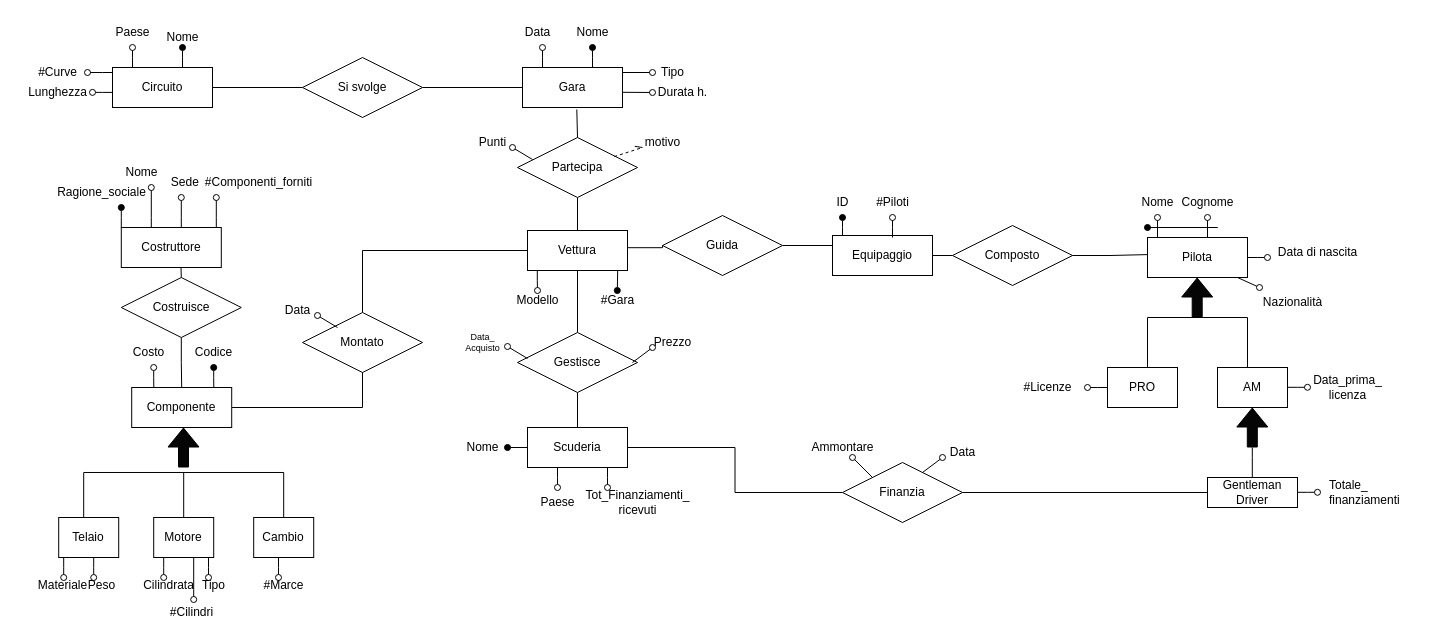
This is II_Anno/BD/Progetto/2023-2024/Peppe-Pasquale/Untitled_Diagram_1.drawio from GiuseppePastena23/UNISA, a draw.io file, before an edit. Source tidied: cells renumbered, new cells numbered last; positions are measured from the earlier drawing's top-left corner, leaving out a move shared by most shapes. Both pictures are drawn from the tidied source at 100%, with x=0, y=0 at pixel (17, 17).
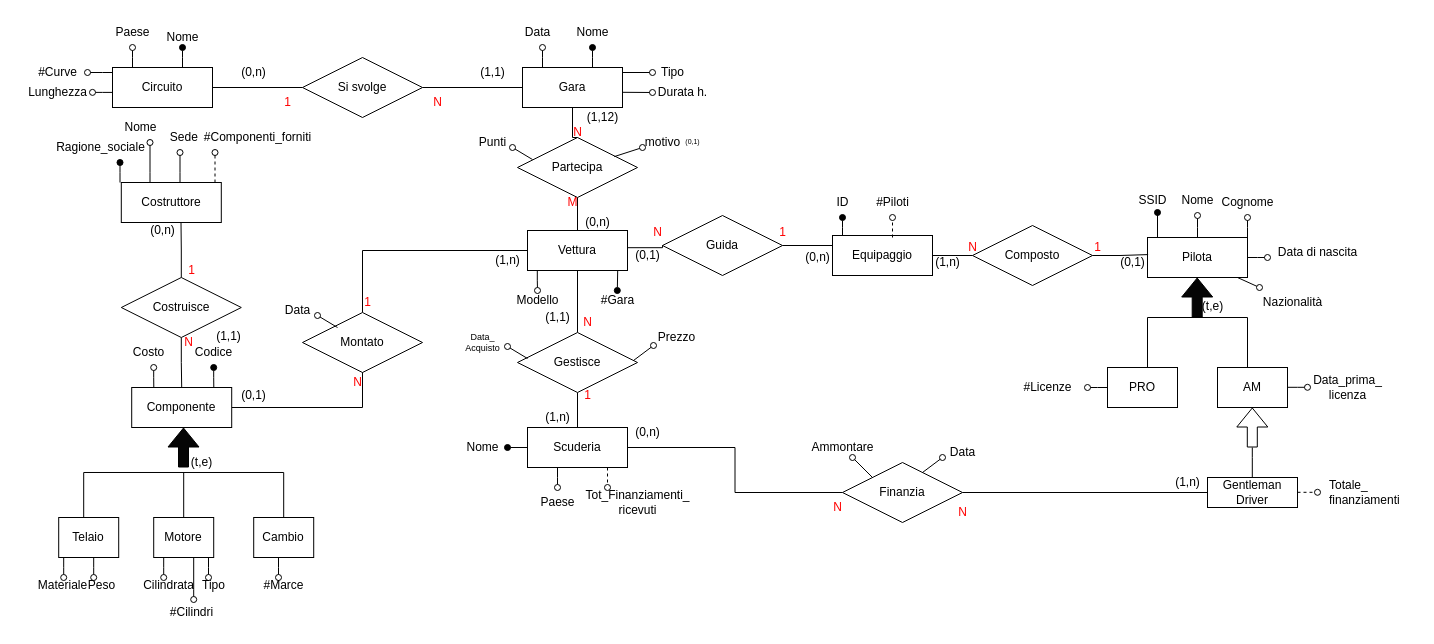
After the change.

The change refers to these unchanged cells:
```xml
<mxCell id="8" value="Pilota" style="html=1;align=center;fontStyle=0;labelBackgroundColor=none;fontColor=default;whiteSpace=wrap;labelBorderColor=none;verticalAlign=middle;horizontal=1;fontFamily=Helvetica;" parent="1" vertex="1">
  <mxGeometry x="1130" y="220" width="100" height="40" as="geometry" />
</mxCell>
<mxCell id="76" value="Gara" style="html=1;align=center;fontStyle=0;labelBackgroundColor=none;fontColor=default;whiteSpace=wrap;labelBorderColor=none;verticalAlign=middle;horizontal=1;fontFamily=Helvetica;" parent="1" vertex="1">
  <mxGeometry x="505" y="50" width="100" height="40" as="geometry" />
</mxCell>
<mxCell id="99" value="Partecipa" style="shape=rhombus;perimeter=rhombusPerimeter;whiteSpace=wrap;html=1;align=center;" parent="1" vertex="1">
  <mxGeometry x="500" y="120" width="120" height="60" as="geometry" />
</mxCell>
```

Change to the diagram source:
```diff
@@
-    <mxCell id="6" style="endArrow=oval;html=1;rounded=0;exitX=0.5;exitY=0;exitDx=0;exitDy=0;endFill=0;labelBackgroundColor=none;fontColor=default;" parent="1" edge="1">
+    <mxCell id="6" style="endArrow=oval;html=1;rounded=0;exitX=0.5;exitY=0;exitDx=0;exitDy=0;endFill=0;labelBackgroundColor=none;fontColor=default;dashed=1;" parent="1" edge="1">
       <mxGeometry relative="1" as="geometry">
         <mxPoint x="875" y="220" as="sourcePoint" />
         <mxPoint x="875" y="200" as="targetPoint" />
         <Array as="points">
           <mxPoint x="875" y="210" />
         </Array>
       </mxGeometry>
     </mxCell>
@@
-    <mxCell id="9" style="endArrow=oval;html=1;rounded=0;exitX=0.1;exitY=0;exitDx=0;exitDy=0;exitPerimeter=0;endFill=0;labelBackgroundColor=none;fontColor=default;" parent="1" edge="1" source="8" target="10">
+    <mxCell id="9" style="endArrow=oval;html=1;rounded=0;exitX=0.1;exitY=0;exitDx=0;exitDy=0;exitPerimeter=0;endFill=0;labelBackgroundColor=none;fontColor=default;" parent="1" edge="1" target="10">
       <mxGeometry relative="1" as="geometry">
+        <mxPoint x="1180" y="220" as="sourcePoint" />
         <Array as="points">
-          <mxPoint x="1140" y="210" />
+          <mxPoint x="1180" y="210" />
         </Array>
       </mxGeometry>
     </mxCell>
     <mxCell id="10" value="Nome" style="text;html=1;align=center;verticalAlign=middle;points=[];strokeColor=none;fillColor=none;labelBackgroundColor=none;" parent="1" vertex="1">
-      <mxGeometry x="1110" y="170" width="60" height="30" as="geometry" />
+      <mxGeometry x="1150" y="168" width="60" height="30" as="geometry" />
     </mxCell>
     <mxCell id="11" style="endArrow=oval;html=1;rounded=0;exitX=0.5;exitY=0;exitDx=0;exitDy=0;endFill=0;labelBackgroundColor=none;fontColor=default;" parent="1" edge="1">
       <mxGeometry relative="1" as="geometry">
-        <mxPoint x="1190" y="220" as="sourcePoint" />
-        <mxPoint x="1190" y="200" as="targetPoint" />
+        <mxPoint x="1230" y="220" as="sourcePoint" />
+        <mxPoint x="1230" y="200" as="targetPoint" />
         <Array as="points">
-          <mxPoint x="1190" y="210" />
+          <mxPoint x="1230" y="210" />
         </Array>
       </mxGeometry>
     </mxCell>
     <mxCell id="12" value="Cognome" style="text;html=1;align=center;verticalAlign=middle;strokeColor=none;fillColor=none;labelBackgroundColor=none;" parent="1" vertex="1">
-      <mxGeometry x="1150" y="170" width="80" height="30" as="geometry" />
+      <mxGeometry x="1190" y="170" width="80" height="30" as="geometry" />
     </mxCell>
     <mxCell id="13" style="endArrow=oval;html=1;rounded=0;endFill=1;" parent="1" edge="1">
       <mxGeometry relative="1" as="geometry">
-        <mxPoint x="1130" y="210" as="sourcePoint" />
-        <mxPoint x="1130" y="210" as="targetPoint" />
+        <mxPoint x="1140" y="195" as="sourcePoint" />
+        <mxPoint x="1140" y="195" as="targetPoint" />
         <Array as="points">
-          <mxPoint x="1200" y="210" />
+          <mxPoint x="1140" y="220" />
         </Array>
       </mxGeometry>
     </mxCell>
@@
-    <mxCell id="26" style="shape=flexArrow;endArrow=classic;html=1;rounded=0;fillColor=#050505;" parent="1" edge="1">
+    <mxCell id="26" style="shape=flexArrow;endArrow=classic;html=1;rounded=0;fillColor=none;strokeColor=default;" parent="1" edge="1">
       <mxGeometry relative="1" as="geometry">
         <mxPoint x="1234.8" y="430" as="sourcePoint" />
         <mxPoint x="1234.8" y="390" as="targetPoint" />
       </mxGeometry>
     </mxCell>
@@
-    <mxCell id="30" style="endArrow=oval;html=1;rounded=0;endFill=0;labelBackgroundColor=none;fontColor=default;exitX=1;exitY=0.5;exitDx=0;exitDy=0;entryX=0;entryY=0.664;entryDx=0;entryDy=0;entryPerimeter=0;" parent="1" edge="1">
+    <mxCell id="30" style="endArrow=oval;html=1;rounded=0;endFill=0;labelBackgroundColor=none;fontColor=default;exitX=1;exitY=0.5;exitDx=0;exitDy=0;entryX=0;entryY=0.664;entryDx=0;entryDy=0;entryPerimeter=0;dashed=1;" parent="1" edge="1">
       <mxGeometry relative="1" as="geometry">
         <mxPoint x="1280" y="474.8" as="sourcePoint" />
         <mxPoint x="1300" y="474.8" as="targetPoint" />
         <Array as="points">
           <mxPoint x="1290" y="474.8" />
           <mxPoint x="1300" y="474.8" />
         </Array>
       </mxGeometry>
     </mxCell>
@@
-    <mxCell id="37" style="endArrow=oval;html=1;rounded=0;endFill=0;labelBackgroundColor=none;fontColor=default;exitX=0.5;exitY=1;exitDx=0;exitDy=0;" parent="1" edge="1">
+    <mxCell id="37" style="endArrow=oval;html=1;rounded=0;endFill=0;labelBackgroundColor=none;fontColor=default;exitX=0.5;exitY=1;exitDx=0;exitDy=0;dashed=1;" parent="1" edge="1">
       <mxGeometry relative="1" as="geometry">
         <mxPoint x="590" y="450" as="sourcePoint" />
         <mxPoint x="590" y="470" as="targetPoint" />
         <Array as="points">
           <mxPoint x="590" y="460" />
           <mxPoint x="590" y="470" />
         </Array>
       </mxGeometry>
     </mxCell>
@@
     <mxCell id="49" value="Costruttore" style="html=1;align=center;fontStyle=0;labelBackgroundColor=none;fontColor=default;whiteSpace=wrap;labelBorderColor=none;verticalAlign=middle;horizontal=1;fontFamily=Helvetica;" parent="1" vertex="1">
-      <mxGeometry x="103.8" y="210" width="100" height="40" as="geometry" />
+      <mxGeometry x="103.8" y="165" width="100" height="40" as="geometry" />
     </mxCell>
     <mxCell id="50" style="endArrow=oval;html=1;rounded=0;exitX=0.5;exitY=0;exitDx=0;exitDy=0;endFill=0;labelBackgroundColor=none;fontColor=default;" parent="1" edge="1">
       <mxGeometry relative="1" as="geometry">
-        <mxPoint x="133.8" y="210" as="sourcePoint" />
-        <mxPoint x="133.8" y="170" as="targetPoint" />
+        <mxPoint x="132.5" y="165" as="sourcePoint" />
+        <mxPoint x="132.5" y="125" as="targetPoint" />
         <Array as="points">
-          <mxPoint x="133.8" y="200" />
+          <mxPoint x="132.5" y="155" />
         </Array>
       </mxGeometry>
     </mxCell>
     <mxCell id="51" value="Nome" style="text;html=1;align=center;verticalAlign=middle;strokeColor=none;fillColor=none;labelBackgroundColor=none;" parent="1" vertex="1">
-      <mxGeometry x="93.8" y="140" width="60" height="30" as="geometry" />
+      <mxGeometry x="92.5" y="95" width="60" height="30" as="geometry" />
     </mxCell>
     <mxCell id="52" style="endArrow=oval;html=1;rounded=0;exitX=0.5;exitY=0;exitDx=0;exitDy=0;endFill=1;labelBackgroundColor=none;fontColor=default;" parent="1" edge="1">
       <mxGeometry relative="1" as="geometry">
-        <mxPoint x="103.8" y="210" as="sourcePoint" />
-        <mxPoint x="103.8" y="190" as="targetPoint" />
+        <mxPoint x="102.5" y="165" as="sourcePoint" />
+        <mxPoint x="102.5" y="145" as="targetPoint" />
         <Array as="points">
-          <mxPoint x="103.8" y="200" />
+          <mxPoint x="102.5" y="155" />
         </Array>
       </mxGeometry>
     </mxCell>
     <mxCell id="53" value="Ragione_sociale" style="text;html=1;align=center;verticalAlign=middle;strokeColor=none;fillColor=none;" parent="1" vertex="1">
-      <mxGeometry x="28.8" y="160" width="110" height="30" as="geometry" />
+      <mxGeometry x="27.5" y="115" width="110" height="30" as="geometry" />
     </mxCell>
     <mxCell id="54" style="endArrow=oval;html=1;rounded=0;exitX=0.5;exitY=0;exitDx=0;exitDy=0;endFill=0;labelBackgroundColor=none;fontColor=default;" parent="1" edge="1">
       <mxGeometry relative="1" as="geometry">
-        <mxPoint x="163.8" y="210" as="sourcePoint" />
-        <mxPoint x="163.8" y="180" as="targetPoint" />
+        <mxPoint x="162.5" y="165" as="sourcePoint" />
+        <mxPoint x="162.5" y="135" as="targetPoint" />
         <Array as="points">
-          <mxPoint x="163.8" y="200" />
+          <mxPoint x="162.5" y="155" />
         </Array>
       </mxGeometry>
     </mxCell>
     <mxCell id="55" value="Sede&amp;nbsp;" style="text;html=1;align=center;verticalAlign=middle;strokeColor=none;fillColor=none;labelBackgroundColor=none;" parent="1" vertex="1">
-      <mxGeometry x="143.8" y="150" width="50" height="30" as="geometry" />
+      <mxGeometry x="142.5" y="105" width="50" height="30" as="geometry" />
     </mxCell>
-    <mxCell id="56" style="endArrow=oval;html=1;rounded=0;exitX=0.5;exitY=0;exitDx=0;exitDy=0;endFill=0;labelBackgroundColor=none;fontColor=default;" parent="1" edge="1">
+    <mxCell id="56" style="endArrow=oval;html=1;rounded=0;exitX=0.5;exitY=0;exitDx=0;exitDy=0;endFill=0;labelBackgroundColor=none;fontColor=default;dashed=1;" parent="1" edge="1">
       <mxGeometry relative="1" as="geometry">
-        <mxPoint x="198.8" y="210" as="sourcePoint" />
-        <mxPoint x="198.8" y="180" as="targetPoint" />
+        <mxPoint x="197.5" y="165" as="sourcePoint" />
+        <mxPoint x="197.5" y="135" as="targetPoint" />
         <Array as="points">
-          <mxPoint x="198.8" y="200" />
+          <mxPoint x="197.5" y="155" />
         </Array>
       </mxGeometry>
     </mxCell>
     <mxCell id="57" value="#Componenti_&lt;span style=&quot;background-color: initial; text-align: left;&quot;&gt;forniti&lt;/span&gt;" style="text;html=1;align=center;verticalAlign=middle;strokeColor=none;fillColor=none;labelBackgroundColor=none;" parent="1" vertex="1">
-      <mxGeometry x="176.2" y="150" width="130" height="30" as="geometry" />
+      <mxGeometry x="175" y="105" width="130" height="30" as="geometry" />
     </mxCell>
@@
-    <mxCell id="100" style="edgeStyle=orthogonalEdgeStyle;rounded=0;jettySize=auto;html=1;exitX=0.5;exitY=0;exitDx=0;exitDy=0;entryX=0.543;entryY=1.05;entryDx=0;entryDy=0;entryPerimeter=0;endArrow=none;endFill=0;" parent="1" edge="1" source="99" target="76">
+    <mxCell id="100" style="edgeStyle=orthogonalEdgeStyle;rounded=0;jettySize=auto;html=1;exitX=0.5;exitY=0;exitDx=0;exitDy=0;entryX=0.5;entryY=1;entryDx=0;entryDy=0;endArrow=none;endFill=0;" parent="1" edge="1" source="99" target="76">
       <mxGeometry relative="1" as="geometry" />
     </mxCell>
@@
-    <mxCell id="103" style="endArrow=openAsync;html=1;rounded=0;exitX=0.806;exitY=0.319;exitDx=0;exitDy=0;exitPerimeter=0;endFill=0;dashed=1;" parent="1" edge="1" source="99">
+    <mxCell id="103" style="endArrow=oval;html=1;rounded=0;exitX=0.806;exitY=0.319;exitDx=0;exitDy=0;exitPerimeter=0;endFill=0;" parent="1" edge="1" source="99">
       <mxGeometry relative="1" as="geometry">
         <mxPoint x="625" y="130" as="targetPoint" />
       </mxGeometry>
     </mxCell>
@@
     <mxCell id="108" value="Composto" style="shape=rhombus;perimeter=rhombusPerimeter;whiteSpace=wrap;html=1;align=center;" parent="1" vertex="1">
-      <mxGeometry x="935" y="208" width="120" height="60" as="geometry" />
+      <mxGeometry x="955" y="208" width="120" height="60" as="geometry" />
     </mxCell>
@@
     <mxCell id="115" style="endArrow=oval;html=1;rounded=0;exitX=0.125;exitY=0.367;exitDx=0;exitDy=0;exitPerimeter=0;endFill=0;" parent="1" edge="1">
       <mxGeometry relative="1" as="geometry">
-        <mxPoint x="615" y="345" as="sourcePoint" />
-        <mxPoint x="635" y="330" as="targetPoint" />
+        <mxPoint x="616" y="343" as="sourcePoint" />
+        <mxPoint x="636" y="328" as="targetPoint" />
       </mxGeometry>
     </mxCell>
     <mxCell id="116" value="Prezzo" style="text;html=1;align=center;verticalAlign=middle;strokeColor=none;fillColor=none;labelBackgroundColor=none;" parent="1" vertex="1">
-      <mxGeometry x="625" y="310" width="60" height="30" as="geometry" />
+      <mxGeometry x="629" y="305" width="60" height="30" as="geometry" />
     </mxCell>
@@
+    <mxCell id="130" value="(1,1)" style="text;html=1;align=center;verticalAlign=middle;strokeColor=none;fillColor=none;" parent="1" vertex="1">
+      <mxGeometry x="450" y="40" width="50" height="30" as="geometry" />
+    </mxCell>
+    <mxCell id="131" value="N" style="text;html=1;align=center;verticalAlign=middle;strokeColor=none;fillColor=none;fontColor=#ff0000;" parent="1" vertex="1">
+      <mxGeometry x="405" y="70" width="30" height="30" as="geometry" />
+    </mxCell>
+    <mxCell id="132" value="1" style="text;html=1;align=center;verticalAlign=middle;strokeColor=none;fillColor=none;fontColor=#ff0000;" parent="1" vertex="1">
+      <mxGeometry x="255" y="70" width="30" height="30" as="geometry" />
+    </mxCell>
+    <mxCell id="133" value="(0,n)" style="text;html=1;align=center;verticalAlign=middle;strokeColor=none;fillColor=none;" parent="1" vertex="1">
+      <mxGeometry x="211.2" y="40" width="50" height="30" as="geometry" />
+    </mxCell>
+    <mxCell id="134" value="(0,1)" style="text;html=1;align=center;verticalAlign=middle;strokeColor=none;fillColor=none;fontSize=7;" parent="1" vertex="1">
+      <mxGeometry x="655" y="115" width="40" height="20" as="geometry" />
+    </mxCell>
+    <mxCell id="135" value="N" style="text;html=1;align=center;verticalAlign=middle;strokeColor=none;fillColor=none;fontColor=#ff0000;" parent="1" vertex="1">
+      <mxGeometry x="545" y="100" width="30" height="30" as="geometry" />
+    </mxCell>
+    <mxCell id="136" value="M" style="text;html=1;align=center;verticalAlign=middle;strokeColor=none;fillColor=none;fontColor=#ff0000;" parent="1" vertex="1">
+      <mxGeometry x="540" y="170" width="30" height="30" as="geometry" />
+    </mxCell>
+    <mxCell id="137" value="(0,n)" style="text;html=1;align=center;verticalAlign=middle;strokeColor=none;fillColor=none;" parent="1" vertex="1">
+      <mxGeometry x="555" y="190" width="50" height="30" as="geometry" />
+    </mxCell>
+    <mxCell id="138" value="(1,12)" style="text;html=1;align=center;verticalAlign=middle;strokeColor=none;fillColor=none;" parent="1" vertex="1">
+      <mxGeometry x="560" y="85" width="50" height="30" as="geometry" />
+    </mxCell>
+    <mxCell id="139" value="1" style="text;html=1;align=center;verticalAlign=middle;strokeColor=none;fillColor=none;fontColor=#ff0000;" parent="1" vertex="1">
+      <mxGeometry x="555" y="363" width="30" height="30" as="geometry" />
+    </mxCell>
+    <mxCell id="140" value="N" style="text;html=1;align=center;verticalAlign=middle;strokeColor=none;fillColor=none;fontColor=#ff0000;" parent="1" vertex="1">
+      <mxGeometry x="555" y="290" width="30" height="30" as="geometry" />
+    </mxCell>
+    <mxCell id="141" value="(1,n)" style="text;html=1;align=center;verticalAlign=middle;strokeColor=none;fillColor=none;" parent="1" vertex="1">
+      <mxGeometry x="515" y="385" width="50" height="30" as="geometry" />
+    </mxCell>
+    <mxCell id="142" value="(1,1)" style="text;html=1;align=center;verticalAlign=middle;strokeColor=none;fillColor=none;" parent="1" vertex="1">
+      <mxGeometry x="515" y="285" width="50" height="30" as="geometry" />
+    </mxCell>
+    <mxCell id="143" value="1" style="text;html=1;align=center;verticalAlign=middle;strokeColor=none;fillColor=none;fontColor=#ff0000;" parent="1" vertex="1">
+      <mxGeometry x="750" y="200" width="30" height="30" as="geometry" />
+    </mxCell>
+    <mxCell id="144" value="N" style="text;html=1;align=center;verticalAlign=middle;strokeColor=none;fillColor=none;fontColor=#ff0000;" parent="1" vertex="1">
+      <mxGeometry x="625" y="200" width="30" height="30" as="geometry" />
+    </mxCell>
+    <mxCell id="145" value="(0,n)" style="text;html=1;align=center;verticalAlign=middle;strokeColor=none;fillColor=none;" parent="1" vertex="1">
+      <mxGeometry x="775" y="225" width="50" height="30" as="geometry" />
+    </mxCell>
+    <mxCell id="146" value="(0,1)" style="text;html=1;align=center;verticalAlign=middle;strokeColor=none;fillColor=none;" parent="1" vertex="1">
+      <mxGeometry x="605" y="223" width="50" height="30" as="geometry" />
+    </mxCell>
+    <mxCell id="147" value="1" style="text;html=1;align=center;verticalAlign=middle;strokeColor=none;fillColor=none;fontColor=#ff0000;" parent="1" vertex="1">
+      <mxGeometry x="1065" y="215" width="30" height="30" as="geometry" />
+    </mxCell>
+    <mxCell id="148" value="N" style="text;html=1;align=center;verticalAlign=middle;strokeColor=none;fillColor=none;fontColor=#ff0000;" parent="1" vertex="1">
+      <mxGeometry x="940" y="215" width="30" height="30" as="geometry" />
+    </mxCell>
+    <mxCell id="149" value="(0,1)" style="text;html=1;align=center;verticalAlign=middle;strokeColor=none;fillColor=none;" parent="1" vertex="1">
+      <mxGeometry x="1090" y="230" width="50" height="30" as="geometry" />
+    </mxCell>
+    <mxCell id="150" value="(1,n)" style="text;html=1;align=center;verticalAlign=middle;strokeColor=none;fillColor=none;" parent="1" vertex="1">
+      <mxGeometry x="905" y="230" width="50" height="30" as="geometry" />
+    </mxCell>
+    <mxCell id="151" value="(t,e)" style="text;html=1;align=center;verticalAlign=middle;strokeColor=none;fillColor=none;" parent="1" vertex="1">
+      <mxGeometry x="1175" y="274" width="40" height="30" as="geometry" />
+    </mxCell>
+    <mxCell id="152" value="N" style="text;html=1;align=center;verticalAlign=middle;strokeColor=none;fillColor=none;fontColor=#ff0000;" parent="1" vertex="1">
+      <mxGeometry x="930" y="480" width="30" height="30" as="geometry" />
+    </mxCell>
+    <mxCell id="153" value="N" style="text;html=1;align=center;verticalAlign=middle;strokeColor=none;fillColor=none;fontColor=#ff0000;" parent="1" vertex="1">
+      <mxGeometry x="805" y="475" width="30" height="30" as="geometry" />
+    </mxCell>
+    <mxCell id="154" value="(1,n)" style="text;html=1;align=center;verticalAlign=middle;strokeColor=none;fillColor=none;" parent="1" vertex="1">
+      <mxGeometry x="1145" y="450" width="50" height="30" as="geometry" />
+    </mxCell>
+    <mxCell id="155" value="(0,n)" style="text;html=1;align=center;verticalAlign=middle;strokeColor=none;fillColor=none;" parent="1" vertex="1">
+      <mxGeometry x="605" y="400" width="50" height="30" as="geometry" />
+    </mxCell>
+    <mxCell id="156" value="(t,e)" style="text;html=1;align=center;verticalAlign=middle;strokeColor=none;fillColor=none;" parent="1" vertex="1">
+      <mxGeometry x="163.8" y="430" width="40" height="30" as="geometry" />
+    </mxCell>
+    <mxCell id="157" value="1" style="text;html=1;align=center;verticalAlign=middle;strokeColor=none;fillColor=none;fontColor=#ff0000;" parent="1" vertex="1">
+      <mxGeometry x="158.8" y="238" width="30" height="30" as="geometry" />
+    </mxCell>
+    <mxCell id="158" value="N" style="text;html=1;align=center;verticalAlign=middle;strokeColor=none;fillColor=none;fontColor=#ff0000;" parent="1" vertex="1">
+      <mxGeometry x="156.2" y="310" width="30" height="30" as="geometry" />
+    </mxCell>
+    <mxCell id="159" value="SSID" style="text;html=1;align=center;verticalAlign=middle;strokeColor=none;fillColor=none;" parent="1" vertex="1">
+      <mxGeometry x="1110" y="168" width="50" height="30" as="geometry" />
+    </mxCell>
+    <mxCell id="160" value="(0,n)" style="text;html=1;align=center;verticalAlign=middle;strokeColor=none;fillColor=none;" parent="1" vertex="1">
+      <mxGeometry x="120" y="198" width="50" height="30" as="geometry" />
+    </mxCell>
+    <mxCell id="161" value="(1,1)" style="text;html=1;align=center;verticalAlign=middle;strokeColor=none;fillColor=none;" parent="1" vertex="1">
+      <mxGeometry x="186.2" y="304" width="50" height="30" as="geometry" />
+    </mxCell>
+    <mxCell id="162" value="N" style="text;html=1;align=center;verticalAlign=middle;strokeColor=none;fillColor=none;fontColor=#ff0000;" parent="1" vertex="1">
+      <mxGeometry x="325" y="350" width="30" height="30" as="geometry" />
+    </mxCell>
+    <mxCell id="163" value="1" style="text;html=1;align=center;verticalAlign=middle;strokeColor=none;fillColor=none;fontColor=#ff0000;" parent="1" vertex="1">
+      <mxGeometry x="335" y="270" width="30" height="30" as="geometry" />
+    </mxCell>
+    <mxCell id="164" value="(1,n)" style="text;html=1;align=center;verticalAlign=middle;strokeColor=none;fillColor=none;" parent="1" vertex="1">
+      <mxGeometry x="465" y="228" width="50" height="30" as="geometry" />
+    </mxCell>
+    <mxCell id="165" value="(0,1)" style="text;html=1;align=center;verticalAlign=middle;strokeColor=none;fillColor=none;" parent="1" vertex="1">
+      <mxGeometry x="211.2" y="363" width="50" height="30" as="geometry" />
+    </mxCell>
```
